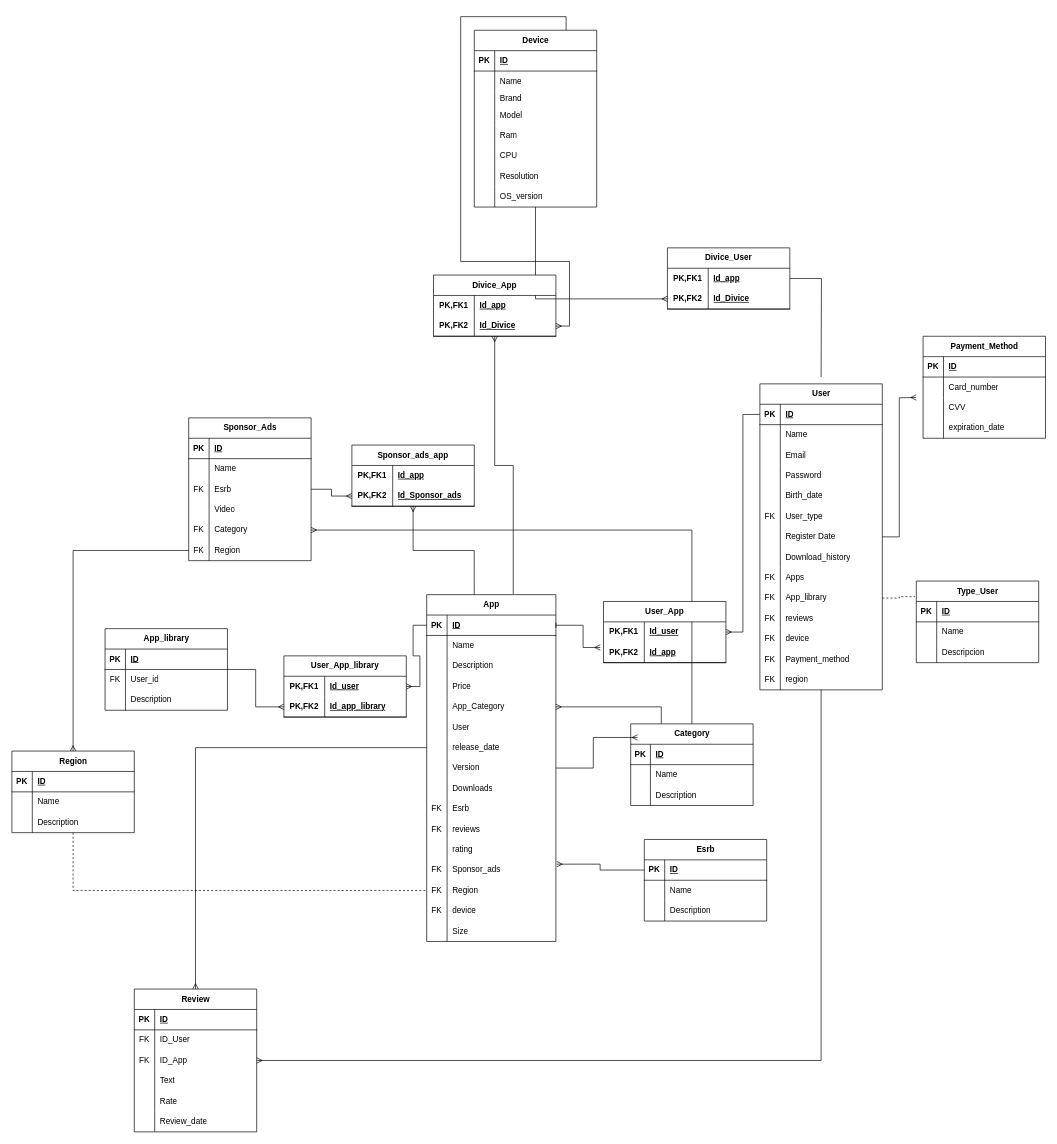
JSMONTOYAS/Database_foundations keeps this draw.io diagram as sqlfinal.drawio. Above is the earlier version. Source tidied: cells renumbered, new cells numbered last; positions are measured from the earlier drawing's top-left corner, leaving out a move shared by most shapes. Both pictures are drawn from the tidied source at 68%, with x=0, y=0 at pixel (12, 30).
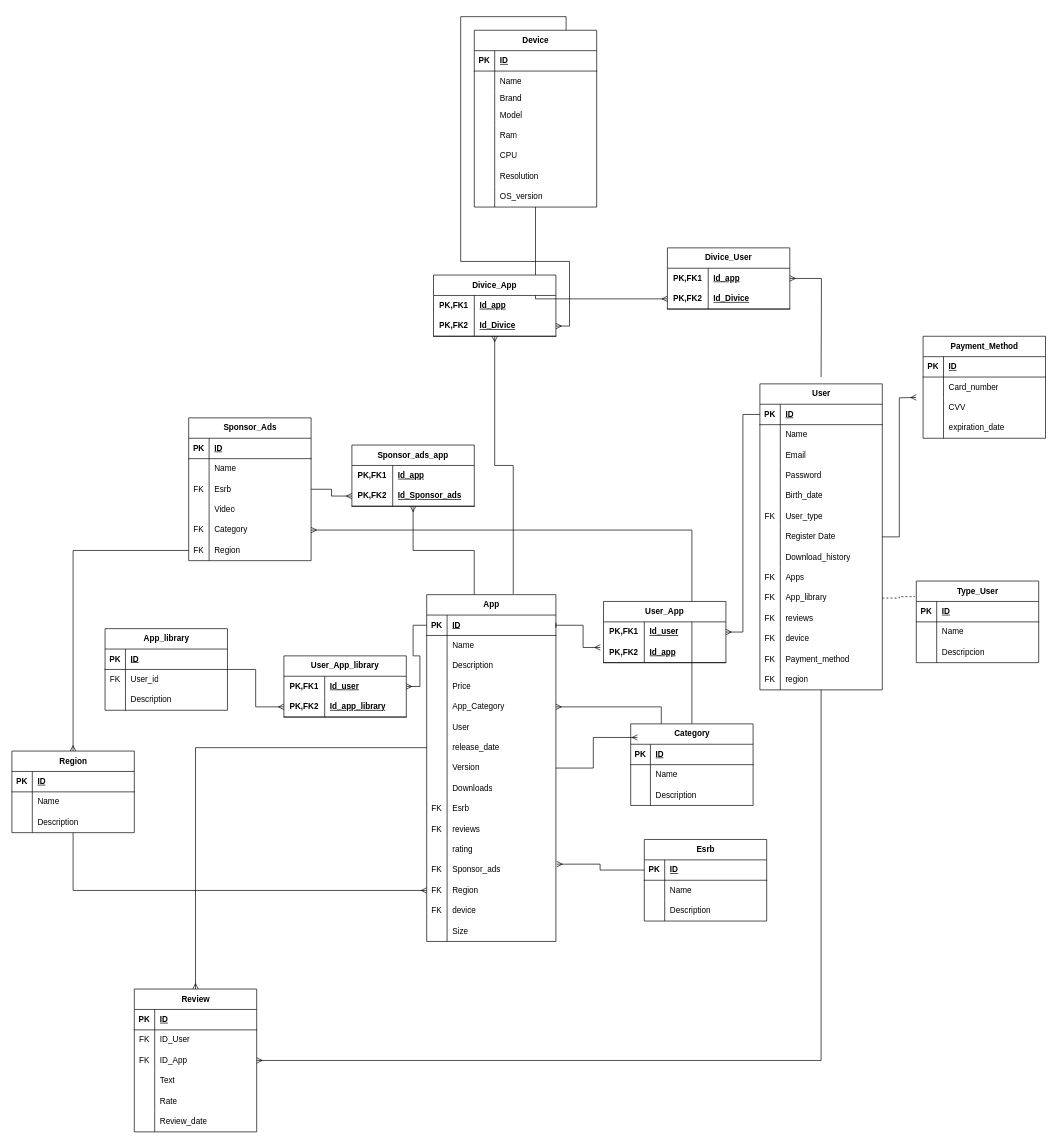
The same diagram, later.

Unchanged cells that the change refers to:
```xml
<mxCell id="42" style="shape=tableRow;horizontal=0;startSize=0;swimlaneHead=0;swimlaneBody=0;fillColor=none;points=[[0,0.5],[1,0.5]];portConstraint=eastwest;top=0;left=0;right=0;bottom=0;" parent="2" vertex="1">
  <mxGeometry y="420" width="190" height="30" as="geometry" />
</mxCell>
<mxCell id="193" value="Region" style="shape=table;startSize=30;childLayout=tableLayout;rowLines=0;fontStyle=1;align=center;html=1;" parent="1" vertex="1">
  <mxGeometry y="1060" width="180" height="120" as="geometry" />
</mxCell>
<mxCell id="266" value="Divice_User" style="shape=table;startSize=30;childLayout=tableLayout;rowLines=0;fontStyle=1;align=center;html=1;whiteSpace=wrap;" parent="1" vertex="1">
  <mxGeometry x="964" y="320" width="180" height="90" as="geometry" />
</mxCell>
```

Change to the diagram source:
```diff
@@
-    <mxCell id="191" style="edgeStyle=orthogonalEdgeStyle;rounded=0;jettySize=auto;html=1;startArrow=none;startFill=0;dashed=1;endArrow=none;endFill=0;" parent="1" edge="1" source="193" target="42">
+    <mxCell id="191" style="edgeStyle=orthogonalEdgeStyle;rounded=0;jettySize=auto;html=1;startArrow=none;startFill=0;endArrow=ERmany;endFill=0;" parent="1" edge="1" source="193" target="42">
       <mxGeometry relative="1" as="geometry" />
     </mxCell>
@@
-    <mxCell id="265" style="edgeStyle=orthogonalEdgeStyle;rounded=0;jettySize=auto;html=1;endArrow=none;endFill=0;" parent="1" edge="1" source="266">
+    <mxCell id="265" style="edgeStyle=orthogonalEdgeStyle;rounded=0;jettySize=auto;html=1;endArrow=none;endFill=0;startArrow=ERmany;startFill=0;" parent="1" edge="1" source="266">
       <mxGeometry relative="1" as="geometry">
         <mxPoint x="1190" y="510" as="targetPoint" />
       </mxGeometry>
     </mxCell>
```
